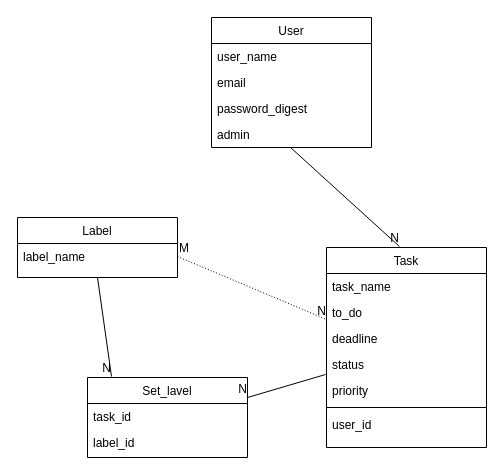
The draw.io diagram docs/ER.drawio in MoekaKitamura/Rails_Manyo, before the edit. Source tidied: cells renumbered, new cells numbered last; positions are measured from the earlier drawing's top-left corner, leaving out a move shared by most shapes. Both pictures are drawn from the tidied source at 100%, with x=0, y=0 at pixel (17, 17).
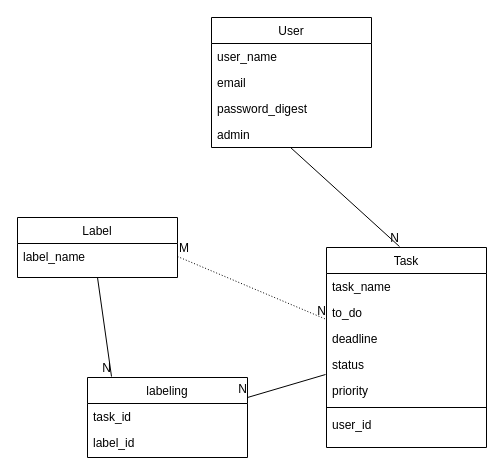
After the change.

Change to the diagram source:
```diff
@@
-    <mxCell id="19" value="Set_lavel" style="swimlane;fontStyle=0;align=center;verticalAlign=top;horizontal=1;startSize=26;rounded=0;shadow=0;strokeWidth=1;" parent="1" vertex="1">
+    <mxCell id="19" value="labeling" style="swimlane;fontStyle=0;align=center;verticalAlign=top;horizontal=1;startSize=26;rounded=0;shadow=0;strokeWidth=1;" parent="1" vertex="1">
       <mxGeometry x="70" y="360" width="160" height="80" as="geometry" />
     </mxCell>
```
